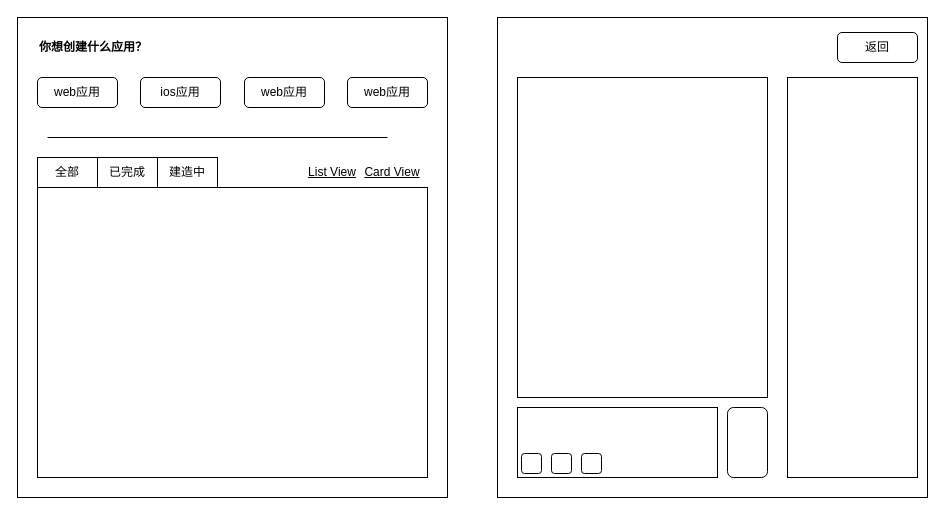
Earlier version of the draw.io diagram page "Workspace" (2 of 2) of Diagram.drawio (codejie/g1). Source tidied: cells renumbered, new cells numbered last; positions are measured from the earlier drawing's top-left corner, leaving out a move shared by most shapes. Both pictures are drawn from the tidied source at 100%, with x=0, y=0 at pixel (17, 17).
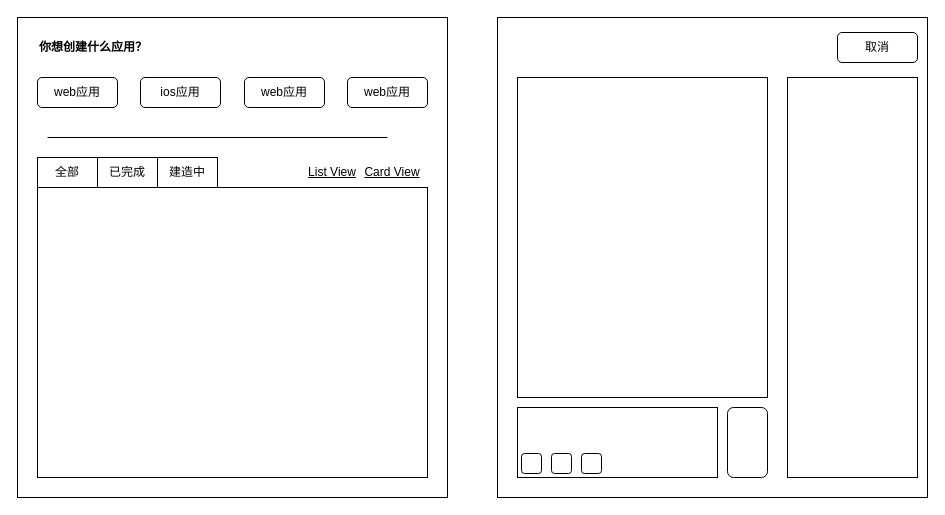
The same diagram, later.

Change to the diagram source:
```diff
@@
-    <mxCell id="16" value="返回" style="rounded=1;whiteSpace=wrap;html=1;" parent="1" vertex="1">
+    <mxCell id="16" value="取消" style="rounded=1;whiteSpace=wrap;html=1;" parent="1" vertex="1">
       <mxGeometry x="820" y="15" width="80" height="30" as="geometry" />
     </mxCell>
```
